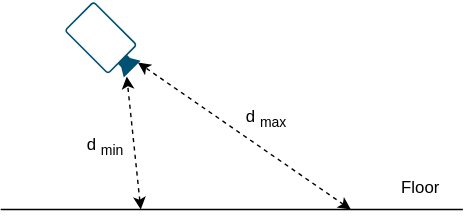
The draw.io diagram ODS/Mounting/img/vo.drawio.svg in ifm/documentation, before a commit. Source tidied: cells renumbered, new cells last; positions are measured from the earlier drawing's top-left corner, leaving out a move shared by most shapes. The source it was exported from:
```xml
<mxGraphModel>
  <root>
    <mxCell id="0" />
    <mxCell id="1" parent="0" />
    <mxCell id="2" style="points=[[0,0.5,0],[0.19,0.02,0],[0.59,0,0],[0.985,0.02,0],[1,0.5,0],[0.985,0.98,0],[0.59,1,0],[0.19,0.98,0]];verticalLabelPosition=bottom;sketch=0;html=1;verticalAlign=top;align=center;shape=mxgraph.cisco19.camera;fillColor=#005073;strokeColor=none;rotation=-135;" parent="1" vertex="1">
      <mxGeometry x="47.8" y="-0.3" width="54" height="30" as="geometry" />
    </mxCell>
    <mxCell id="3" style="endArrow=none;html=1;" parent="1" edge="1">
      <mxGeometry relative="1" as="geometry">
        <mxPoint y="134" as="sourcePoint" />
        <mxPoint x="330" y="134" as="targetPoint" />
      </mxGeometry>
    </mxCell>
    <mxCell id="4" value="d&lt;sub&gt;max&lt;/sub&gt;" style="text;html=1;align=center;verticalAlign=middle;whiteSpace=wrap;rounded=0;" parent="1" vertex="1">
      <mxGeometry x="160" y="54" width="60" height="30" as="geometry" />
    </mxCell>
    <mxCell id="5" value="d&lt;sub&gt;min&lt;/sub&gt;" style="text;html=1;align=center;verticalAlign=middle;whiteSpace=wrap;rounded=0;" parent="1" vertex="1">
      <mxGeometry x="44.8" y="74" width="60" height="30" as="geometry" />
    </mxCell>
    <mxCell id="6" value="Floor" style="text;html=1;align=center;verticalAlign=middle;whiteSpace=wrap;rounded=0;" parent="1" vertex="1">
      <mxGeometry x="270" y="104" width="60" height="30" as="geometry" />
    </mxCell>
    <mxCell id="7" style="endArrow=classic;startArrow=classic;html=1;dashed=1;" parent="1" edge="1">
      <mxGeometry relative="1" as="geometry">
        <mxPoint x="100" y="134" as="sourcePoint" />
        <mxPoint x="90" y="39" as="targetPoint" />
      </mxGeometry>
    </mxCell>
    <mxCell id="8" style="endArrow=classic;startArrow=classic;html=1;dashed=1;entryX=0.006;entryY=0.708;entryDx=0;entryDy=0;entryPerimeter=0;" parent="1" edge="1" target="2">
      <mxGeometry relative="1" as="geometry">
        <mxPoint x="250" y="134" as="sourcePoint" />
      </mxGeometry>
    </mxCell>
  </root>
</mxGraphModel>
```
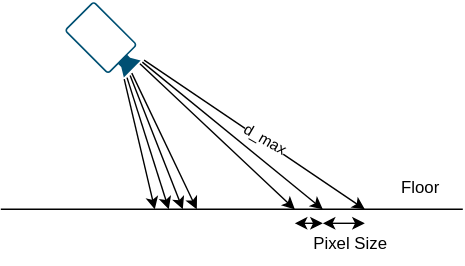
After the change.

Commit message:
ODS refactoring

Change to the diagram source:
```diff
@@ -11,25 +11,66 @@
         <mxPoint x="330" y="134" as="targetPoint" />
       </mxGeometry>
     </mxCell>
-    <mxCell id="4" value="d&lt;sub&gt;max&lt;/sub&gt;" style="text;html=1;align=center;verticalAlign=middle;whiteSpace=wrap;rounded=0;" parent="1" vertex="1">
-      <mxGeometry x="160" y="54" width="60" height="30" as="geometry" />
-    </mxCell>
-    <mxCell id="5" value="d&lt;sub&gt;min&lt;/sub&gt;" style="text;html=1;align=center;verticalAlign=middle;whiteSpace=wrap;rounded=0;" parent="1" vertex="1">
-      <mxGeometry x="44.8" y="74" width="60" height="30" as="geometry" />
-    </mxCell>
     <mxCell id="6" value="Floor" style="text;html=1;align=center;verticalAlign=middle;whiteSpace=wrap;rounded=0;" parent="1" vertex="1">
       <mxGeometry x="270" y="104" width="60" height="30" as="geometry" />
     </mxCell>
-    <mxCell id="7" style="endArrow=classic;startArrow=classic;html=1;dashed=1;" parent="1" edge="1">
-      <mxGeometry relative="1" as="geometry">
-        <mxPoint x="100" y="134" as="sourcePoint" />
-        <mxPoint x="90" y="39" as="targetPoint" />
-      </mxGeometry>
-    </mxCell>
-    <mxCell id="8" style="endArrow=classic;startArrow=classic;html=1;dashed=1;entryX=0.006;entryY=0.708;entryDx=0;entryDy=0;entryPerimeter=0;" parent="1" edge="1" target="2">
-      <mxGeometry relative="1" as="geometry">
-        <mxPoint x="250" y="134" as="sourcePoint" />
-      </mxGeometry>
-    </mxCell>
+    <mxCell id="9" style="endArrow=classic;html=1;exitX=-0.02;exitY=0.194;exitDx=0;exitDy=0;exitPerimeter=0;" parent="1" edge="1" source="2">
+      <mxGeometry relative="1" as="geometry">
+        <mxPoint x="110" y="134" as="targetPoint" />
+      </mxGeometry>
+    </mxCell>
+    <mxCell id="10" style="endArrow=classic;html=1;exitX=-0.032;exitY=0.267;exitDx=0;exitDy=0;exitPerimeter=0;" parent="1" edge="1" source="2">
+      <mxGeometry relative="1" as="geometry">
+        <mxPoint x="120" y="134" as="targetPoint" />
+      </mxGeometry>
+    </mxCell>
+    <mxCell id="11" style="endArrow=classic;html=1;exitX=-0.042;exitY=0.353;exitDx=0;exitDy=0;exitPerimeter=0;" parent="1" edge="1" source="2">
+      <mxGeometry relative="1" as="geometry">
+        <mxPoint x="130" y="134" as="targetPoint" />
+      </mxGeometry>
+    </mxCell>
+    <mxCell id="12" style="endArrow=classic;html=1;exitX=-0.035;exitY=0.422;exitDx=0;exitDy=0;exitPerimeter=0;" parent="1" edge="1" source="2">
+      <mxGeometry relative="1" as="geometry">
+        <mxPoint x="140" y="134" as="targetPoint" />
+      </mxGeometry>
+    </mxCell>
+    <mxCell id="13" style="endArrow=classic;html=1;exitX=-0.023;exitY=0.718;exitDx=0;exitDy=0;exitPerimeter=0;" parent="1" edge="1" source="2">
+      <mxGeometry relative="1" as="geometry">
+        <mxPoint x="210" y="134" as="targetPoint" />
+      </mxGeometry>
+    </mxCell>
+    <mxCell id="14" style="endArrow=classic;html=1;exitX=-0.031;exitY=0.785;exitDx=0;exitDy=0;exitPerimeter=0;" parent="1" edge="1" source="2">
+      <mxGeometry relative="1" as="geometry">
+        <mxPoint x="230" y="134" as="targetPoint" />
+      </mxGeometry>
+    </mxCell>
+    <mxCell id="15" style="endArrow=classic;html=1;exitX=-0.028;exitY=0.848;exitDx=0;exitDy=0;exitPerimeter=0;" parent="1" edge="1" source="2">
+      <mxGeometry relative="1" as="geometry">
+        <mxPoint x="260" y="134" as="targetPoint" />
+      </mxGeometry>
+    </mxCell>
+    <mxCell id="16" value="d_max" style="edgeLabel;html=1;align=center;verticalAlign=middle;rotation=30;" parent="15" vertex="1">
+      <mxGeometry x="0.1" relative="1" as="geometry">
+        <mxPoint y="-2" as="offset" />
+      </mxGeometry>
+    </mxCell>
+    <mxCell id="17" value="Pixel Size" style="text;html=1;align=center;verticalAlign=middle;whiteSpace=wrap;rounded=0;" parent="1" vertex="1">
+      <mxGeometry x="220" y="144" width="60" height="30" as="geometry" />
+    </mxCell>
+    <mxCell id="18" style="endArrow=classic;startArrow=classic;html=1;" parent="1" edge="1">
+      <mxGeometry relative="1" as="geometry">
+        <mxPoint x="230" y="144" as="sourcePoint" />
+        <mxPoint x="260" y="144" as="targetPoint" />
+      </mxGeometry>
+    </mxCell>
+    <mxCell id="19" style="endArrow=classic;startArrow=classic;html=1;" parent="1" edge="1">
+      <mxGeometry relative="1" as="geometry">
+        <mxPoint x="210" y="144" as="sourcePoint" />
+        <mxPoint x="230" y="144" as="targetPoint" />
+        <Array as="points">
+          <mxPoint x="220" y="144" />
+        </Array>
+      </mxGeometry>
+    </mxCell>
   </root>
 </mxGraphModel>
```
